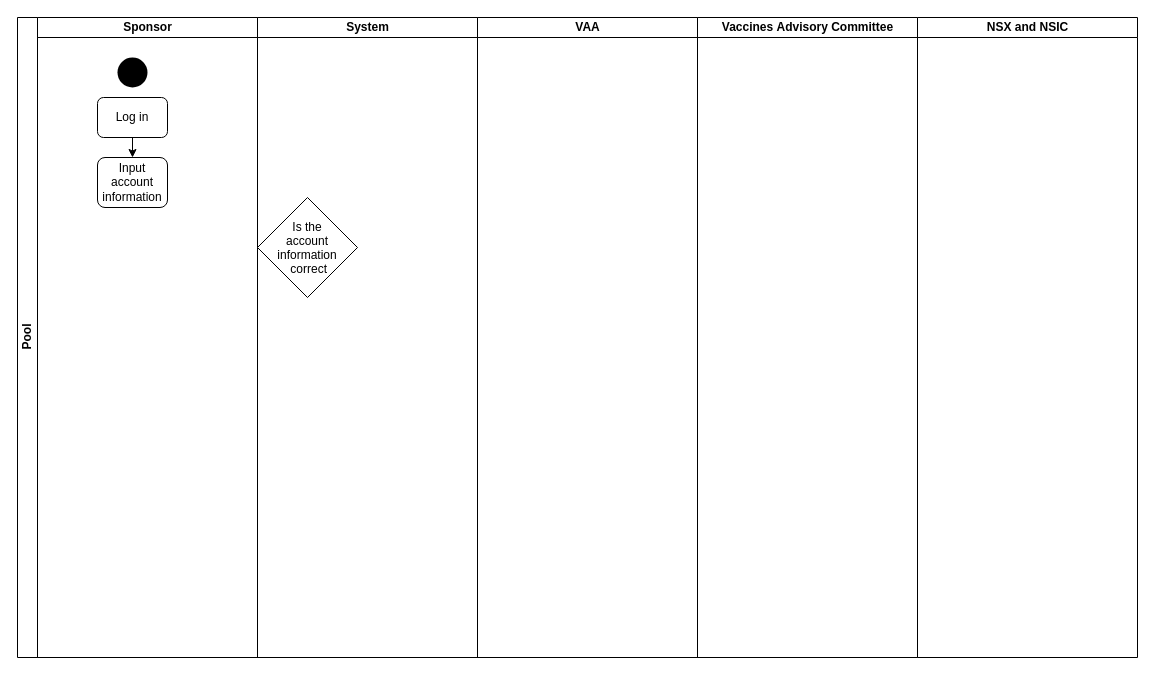
Before: activity.drawio in forthegame/ANU2024, a draw.io diagram. Source tidied: cells renumbered, new cells numbered last; positions are measured from the earlier drawing's top-left corner, leaving out a move shared by most shapes. Both pictures are drawn from the tidied source at 100%, with x=0, y=0 at pixel (17, 17).
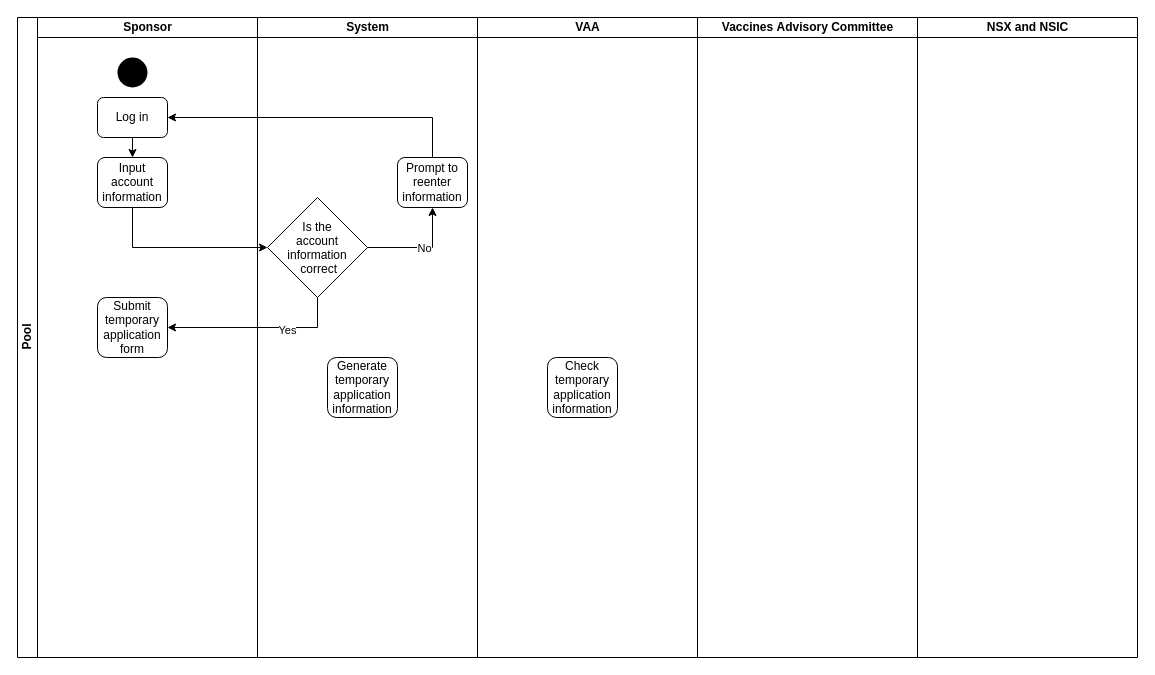
The same diagram, later.

The change refers to these unchanged cells:
```xml
<mxCell id="2" value="Pool" style="swimlane;html=1;startSize=20;horizontal=0;" parent="1" vertex="1">
  <mxGeometry width="680" height="640" as="geometry" />
</mxCell>
<mxCell id="3" value="Sponsor" style="swimlane;html=1;startSize=20;" parent="2" vertex="1">
  <mxGeometry x="20" width="220" height="640" as="geometry" />
</mxCell>
<mxCell id="6" value="Log in" style="rounded=1;whiteSpace=wrap;html=1;" parent="3" vertex="1">
  <mxGeometry x="60" y="80" width="70" height="40" as="geometry" />
</mxCell>
<mxCell id="7" value="Input account information" style="rounded=1;whiteSpace=wrap;html=1;" parent="3" vertex="1">
  <mxGeometry x="60" y="140" width="70" height="50" as="geometry" />
</mxCell>
<mxCell id="8" value="System" style="swimlane;html=1;startSize=20;" parent="2" vertex="1">
  <mxGeometry x="240" width="220" height="640" as="geometry" />
</mxCell>
<mxCell id="10" value="VAA" style="swimlane;html=1;startSize=20;" parent="2" vertex="1">
  <mxGeometry x="460" width="220" height="640" as="geometry" />
</mxCell>
```

What changed in the source:
```diff
@@
+    <mxCell id="13" value="Submit temporary application form" style="rounded=1;whiteSpace=wrap;html=1;" parent="3" vertex="1">
+      <mxGeometry x="60" y="280" width="70" height="60" as="geometry" />
+    </mxCell>
@@
+    <mxCell id="14" style="edgeStyle=orthogonalEdgeStyle;rounded=0;jettySize=auto;html=1;exitX=1;exitY=0.5;exitDx=0;exitDy=0;entryX=0.5;entryY=1;entryDx=0;entryDy=0;" parent="8" edge="1" source="9" target="16">
+      <mxGeometry relative="1" as="geometry" />
+    </mxCell>
+    <mxCell id="15" value="No" style="edgeLabel;html=1;align=center;verticalAlign=middle;" parent="14" vertex="1">
+      <mxGeometry x="0.06" relative="1" as="geometry" />
+    </mxCell>
     <mxCell id="9" value="Is the &#10;account &#10;information&#10; correct" style="rhombus;" parent="8" vertex="1">
-      <mxGeometry y="180" width="100" height="100" as="geometry" />
+      <mxGeometry x="10" y="180" width="100" height="100" as="geometry" />
     </mxCell>
+    <mxCell id="16" value="Prompt to reenter information" style="rounded=1;whiteSpace=wrap;html=1;" parent="8" vertex="1">
+      <mxGeometry x="140" y="140" width="70" height="50" as="geometry" />
+    </mxCell>
+    <mxCell id="17" value="Generate temporary application information" style="rounded=1;whiteSpace=wrap;html=1;" parent="8" vertex="1">
+      <mxGeometry x="70" y="340" width="70" height="60" as="geometry" />
+    </mxCell>
@@
+    <mxCell id="18" value="Check temporary application information" style="rounded=1;whiteSpace=wrap;html=1;" parent="10" vertex="1">
+      <mxGeometry x="70" y="340" width="70" height="60" as="geometry" />
+    </mxCell>
+    <mxCell id="19" style="edgeStyle=orthogonalEdgeStyle;rounded=0;jettySize=auto;html=1;exitX=0.5;exitY=1;exitDx=0;exitDy=0;" parent="2" edge="1" source="7" target="9">
+      <mxGeometry relative="1" as="geometry" />
+    </mxCell>
+    <mxCell id="20" style="edgeStyle=orthogonalEdgeStyle;rounded=0;jettySize=auto;html=1;exitX=0.5;exitY=0;exitDx=0;exitDy=0;entryX=1;entryY=0.5;entryDx=0;entryDy=0;" parent="2" edge="1" source="16" target="6">
+      <mxGeometry relative="1" as="geometry" />
+    </mxCell>
+    <mxCell id="21" style="edgeStyle=orthogonalEdgeStyle;rounded=0;jettySize=auto;html=1;exitX=0.5;exitY=1;exitDx=0;exitDy=0;entryX=1;entryY=0.5;entryDx=0;entryDy=0;" parent="2" edge="1" source="9" target="13">
+      <mxGeometry relative="1" as="geometry" />
+    </mxCell>
+    <mxCell id="22" value="Yes" style="edgeLabel;html=1;align=center;verticalAlign=middle;" parent="21" vertex="1">
+      <mxGeometry x="-0.32" y="2" relative="1" as="geometry" />
+    </mxCell>
```
